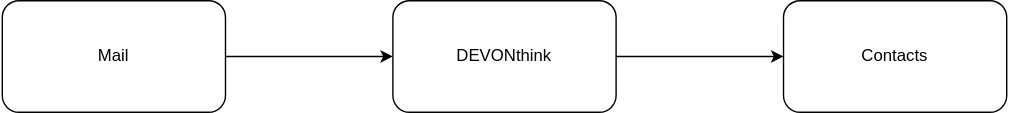
The draw.io diagram Docs/architecture.drawio.svg in s17n/MailScripts, before a commit. Source tidied: cells renumbered, new cells last; positions are measured from the earlier drawing's top-left corner, leaving out a move shared by most shapes.
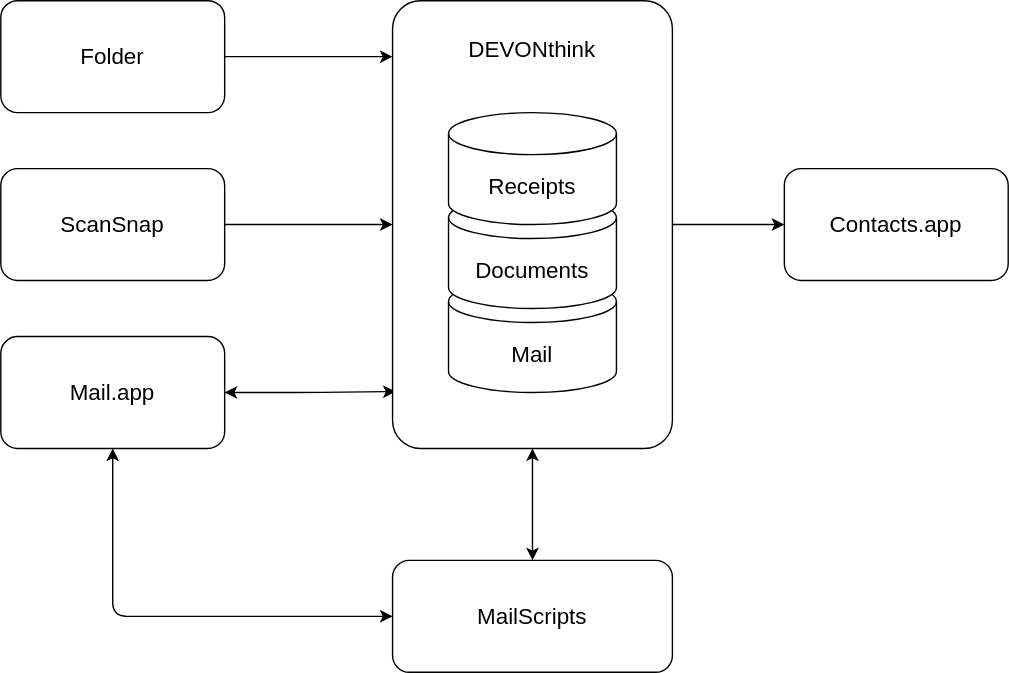
Later version of the same file.

Diff of the diagram source:
```diff
@@ -2,20 +2,54 @@
   <root>
     <mxCell id="0" />
     <mxCell id="1" parent="0" />
-    <mxCell id="2" style="edgeStyle=none;html=1;" parent="1" edge="1" source="3" target="5">
+    <mxCell id="2" style="edgeStyle=orthogonalEdgeStyle;html=1;entryX=0.011;entryY=0.873;entryDx=0;entryDy=0;entryPerimeter=0;fontSize=16;startArrow=classic;startFill=1;" parent="1" edge="1" source="3" target="5">
       <mxGeometry relative="1" as="geometry" />
     </mxCell>
+    <mxCell id="7" style="edgeStyle=orthogonalEdgeStyle;html=1;entryX=0;entryY=0.5;entryDx=0;entryDy=0;fontSize=16;startArrow=classic;startFill=1;" parent="1" edge="1" source="3" target="13">
+      <mxGeometry relative="1" as="geometry">
+        <Array as="points">
+          <mxPoint x="80" y="560" />
+        </Array>
+      </mxGeometry>
+    </mxCell>
-    <mxCell id="3" value="Mail" style="rounded=1;whiteSpace=wrap;html=1;" parent="1" vertex="1">
-      <mxGeometry width="160" height="80" as="geometry" />
+    <mxCell id="3" value="Mail.app" style="rounded=1;whiteSpace=wrap;html=1;fontSize=16;" parent="1" vertex="1">
+      <mxGeometry y="360" width="160" height="80" as="geometry" />
     </mxCell>
-    <mxCell id="4" style="edgeStyle=none;html=1;" parent="1" edge="1" source="5" target="6">
+    <mxCell id="4" style="edgeStyle=none;html=1;fontSize=16;" parent="1" edge="1" source="5" target="6">
       <mxGeometry relative="1" as="geometry" />
     </mxCell>
+    <mxCell id="8" style="edgeStyle=orthogonalEdgeStyle;html=1;entryX=0.5;entryY=0;entryDx=0;entryDy=0;fontSize=16;startArrow=classic;startFill=1;" parent="1" edge="1" source="5" target="13">
+      <mxGeometry relative="1" as="geometry" />
+    </mxCell>
-    <mxCell id="5" value="DEVONthink" style="rounded=1;whiteSpace=wrap;html=1;" parent="1" vertex="1">
-      <mxGeometry x="280" width="160" height="80" as="geometry" />
+    <mxCell id="5" value="&lt;br&gt;DEVONthink" style="rounded=1;whiteSpace=wrap;html=1;arcSize=10;fontSize=16;verticalAlign=top;" parent="1" vertex="1">
+      <mxGeometry x="280" y="120" width="200" height="320" as="geometry" />
     </mxCell>
-    <mxCell id="6" value="Contacts" style="rounded=1;whiteSpace=wrap;html=1;" parent="1" vertex="1">
-      <mxGeometry x="560" width="160" height="80" as="geometry" />
+    <mxCell id="6" value="Contacts.app" style="rounded=1;whiteSpace=wrap;html=1;fontSize=16;" parent="1" vertex="1">
+      <mxGeometry x="560" y="240" width="160" height="80" as="geometry" />
     </mxCell>
+    <mxCell id="9" style="edgeStyle=orthogonalEdgeStyle;html=1;entryX=0;entryY=0.5;entryDx=0;entryDy=0;fontSize=16;" parent="1" edge="1" source="10" target="5">
+      <mxGeometry relative="1" as="geometry" />
+    </mxCell>
+    <mxCell id="10" value="ScanSnap" style="rounded=1;whiteSpace=wrap;html=1;fontSize=16;" parent="1" vertex="1">
+      <mxGeometry y="240" width="160" height="80" as="geometry" />
+    </mxCell>
+    <mxCell id="11" style="edgeStyle=orthogonalEdgeStyle;html=1;entryX=0;entryY=0.125;entryDx=0;entryDy=0;entryPerimeter=0;fontSize=16;" parent="1" edge="1" source="12" target="5">
+      <mxGeometry relative="1" as="geometry" />
+    </mxCell>
+    <mxCell id="12" value="Folder" style="rounded=1;whiteSpace=wrap;html=1;fontSize=16;" parent="1" vertex="1">
+      <mxGeometry y="120" width="160" height="80" as="geometry" />
+    </mxCell>
+    <mxCell id="13" value="MailScripts" style="rounded=1;whiteSpace=wrap;html=1;fontSize=16;" parent="1" vertex="1">
+      <mxGeometry x="280" y="520" width="200" height="80" as="geometry" />
+    </mxCell>
+    <mxCell id="14" value="Mail" style="shape=cylinder3;whiteSpace=wrap;html=1;boundedLbl=1;backgroundOutline=1;size=15;fontSize=16;" parent="1" vertex="1">
+      <mxGeometry x="320" y="320" width="120" height="80" as="geometry" />
+    </mxCell>
+    <mxCell id="15" value="Documents" style="shape=cylinder3;whiteSpace=wrap;html=1;boundedLbl=1;backgroundOutline=1;size=15;fontSize=16;" parent="1" vertex="1">
+      <mxGeometry x="320" y="260" width="120" height="80" as="geometry" />
+    </mxCell>
+    <mxCell id="16" value="Receipts" style="shape=cylinder3;whiteSpace=wrap;html=1;boundedLbl=1;backgroundOutline=1;size=15;fontSize=16;" parent="1" vertex="1">
+      <mxGeometry x="320" y="200" width="120" height="80" as="geometry" />
+    </mxCell>
   </root>
 </mxGraphModel>
```
